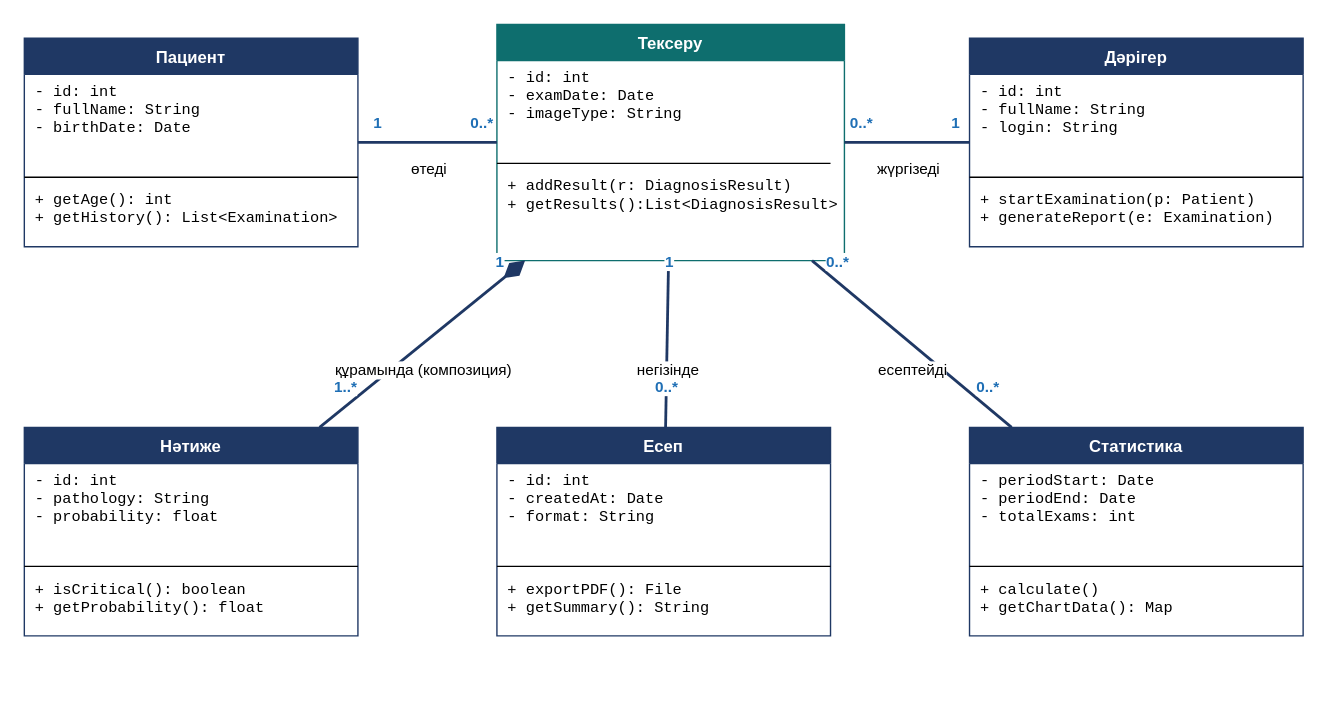
Above: docs/diagrams/02-class.drawio in MusJan-dev/diploma-lung-diagnostics (draw.io), before the change. Source tidied: cells renumbered, new cells numbered last; positions are measured from the earlier drawing's top-left corner, leaving out a move shared by most shapes. Both pictures are drawn from the tidied source at 139%, with x=0, y=0 at pixel (24, 24).
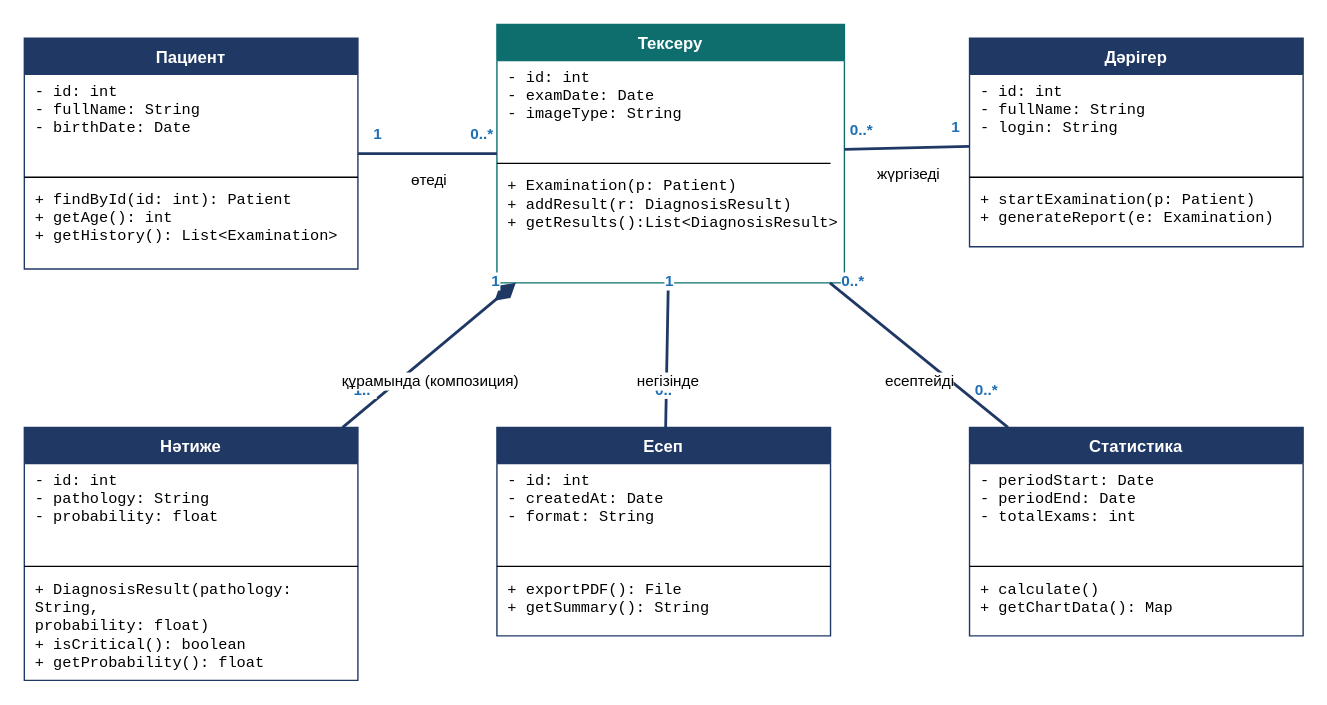
The same page after the edit.

Commit message (it also covers changes not shown here):
4-жұмыс: Sequence диаграммасы

Diff of the diagram source:
```diff
@@
-<mxGraphModel>
+<mxGraphModel background="#FFFFFF">
@@
     <mxCell id="2" value="Пациент" style="swimlane;fontStyle=1;align=center;startSize=26;fillColor=#1F3864;fontColor=#FFFFFF;strokeColor=#1F3864;swimlaneFillColor=#FFFFFF;" parent="1" vertex="1">
-      <mxGeometry y="10" width="240" height="150" as="geometry" />
+      <mxGeometry y="10" width="240" height="166" as="geometry" />
     </mxCell>
@@
-    <mxCell id="5" value="+ getAge(): int&#10;+ getHistory(): List&lt;Examination&gt;" style="text;html=0;align=left;verticalAlign=top;spacingLeft=6;fontFamily=Courier New;fontSize=11;whiteSpace=wrap;" parent="2" vertex="1">
-      <mxGeometry y="104" width="240" height="44" as="geometry" />
+    <mxCell id="5" value="+ findById(id: int): Patient&#10;+ getAge(): int&#10;+ getHistory(): List&lt;Examination&gt;" style="text;html=0;align=left;verticalAlign=top;spacingLeft=6;fontFamily=Courier New;fontSize=11;whiteSpace=wrap;" parent="2" vertex="1">
+      <mxGeometry y="104" width="240" height="60" as="geometry" />
     </mxCell>
     <mxCell id="6" value="Тексеру" style="swimlane;fontStyle=1;align=center;startSize=26;fillColor=#0E6E6E;fontColor=#FFFFFF;strokeColor=#0E6E6E;swimlaneFillColor=#FFFFFF;" parent="1" vertex="1">
-      <mxGeometry x="340" width="250" height="170" as="geometry" />
+      <mxGeometry x="340" width="250" height="186" as="geometry" />
     </mxCell>
@@
-    <mxCell id="9" value="+ addResult(r: DiagnosisResult)&#10;+ getResults():List&lt;DiagnosisResult&gt;" style="text;html=0;align=left;verticalAlign=top;spacingLeft=6;fontFamily=Courier New;fontSize=11;whiteSpace=wrap;" parent="6" vertex="1">
-      <mxGeometry y="104" width="250" height="44" as="geometry" />
+    <mxCell id="9" value="+ Examination(p: Patient)&#10;+ addResult(r: DiagnosisResult)&#10;+ getResults():List&lt;DiagnosisResult&gt;" style="text;html=0;align=left;verticalAlign=top;spacingLeft=6;fontFamily=Courier New;fontSize=11;whiteSpace=wrap;" parent="6" vertex="1">
+      <mxGeometry y="104" width="250" height="60" as="geometry" />
     </mxCell>
-    <mxCell id="10" value="Дəрігер" style="swimlane;fontStyle=1;align=center;startSize=26;fillColor=#1F3864;fontColor=#FFFFFF;strokeColor=#1F3864;swimlaneFillColor=#FFFFFF;" parent="1" vertex="1">
+    <mxCell id="10" value="Дәрігер" style="swimlane;fontStyle=1;align=center;startSize=26;fillColor=#1F3864;fontColor=#FFFFFF;strokeColor=#1F3864;swimlaneFillColor=#FFFFFF;" parent="1" vertex="1">
       <mxGeometry x="680" y="10" width="240" height="150" as="geometry" />
     </mxCell>
@@
-    <mxCell id="14" value="Нəтиже" style="swimlane;fontStyle=1;align=center;startSize=26;fillColor=#1F3864;fontColor=#FFFFFF;strokeColor=#1F3864;swimlaneFillColor=#FFFFFF;" parent="1" vertex="1">
-      <mxGeometry y="290" width="240" height="150" as="geometry" />
+    <mxCell id="14" value="Нәтиже" style="swimlane;fontStyle=1;align=center;startSize=26;fillColor=#1F3864;fontColor=#FFFFFF;strokeColor=#1F3864;swimlaneFillColor=#FFFFFF;" parent="1" vertex="1">
+      <mxGeometry y="290" width="240" height="182" as="geometry" />
     </mxCell>
@@
-    <mxCell id="17" value="+ isCritical(): boolean&#10;+ getProbability(): float" style="text;html=0;align=left;verticalAlign=top;spacingLeft=6;fontFamily=Courier New;fontSize=11;whiteSpace=wrap;" parent="14" vertex="1">
-      <mxGeometry y="104" width="240" height="44" as="geometry" />
+    <mxCell id="17" value="+ DiagnosisResult(pathology: String,&#10;    probability: float)&#10;+ isCritical(): boolean&#10;+ getProbability(): float" style="text;html=0;align=left;verticalAlign=top;spacingLeft=6;fontFamily=Courier New;fontSize=11;whiteSpace=wrap;" parent="14" vertex="1">
+      <mxGeometry y="104" width="240" height="76" as="geometry" />
     </mxCell>
```
